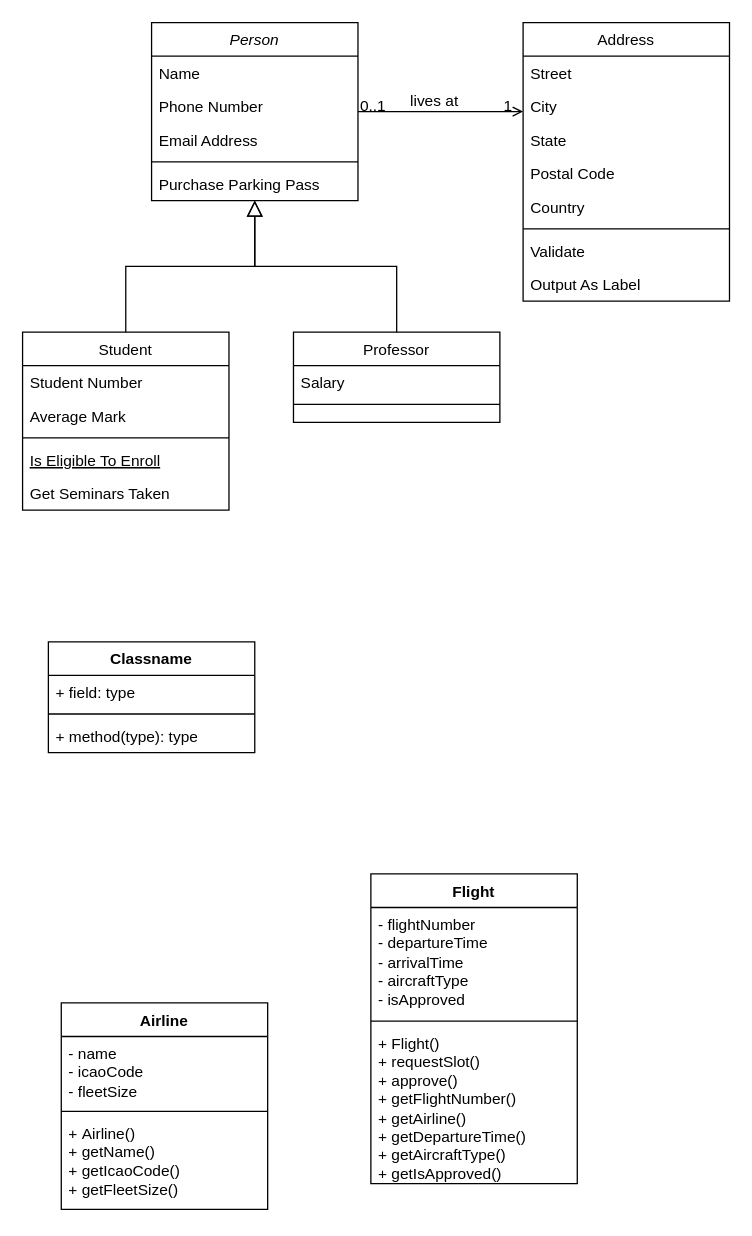
This is 52.drawio from 1kxri/OOP, a draw.io file, before an edit. Source tidied: cells renumbered, new cells numbered last; positions are measured from the earlier drawing's top-left corner, leaving out a move shared by most shapes. Both pictures are drawn from the tidied source at 129%, with x=0, y=0 at pixel (22, 22).
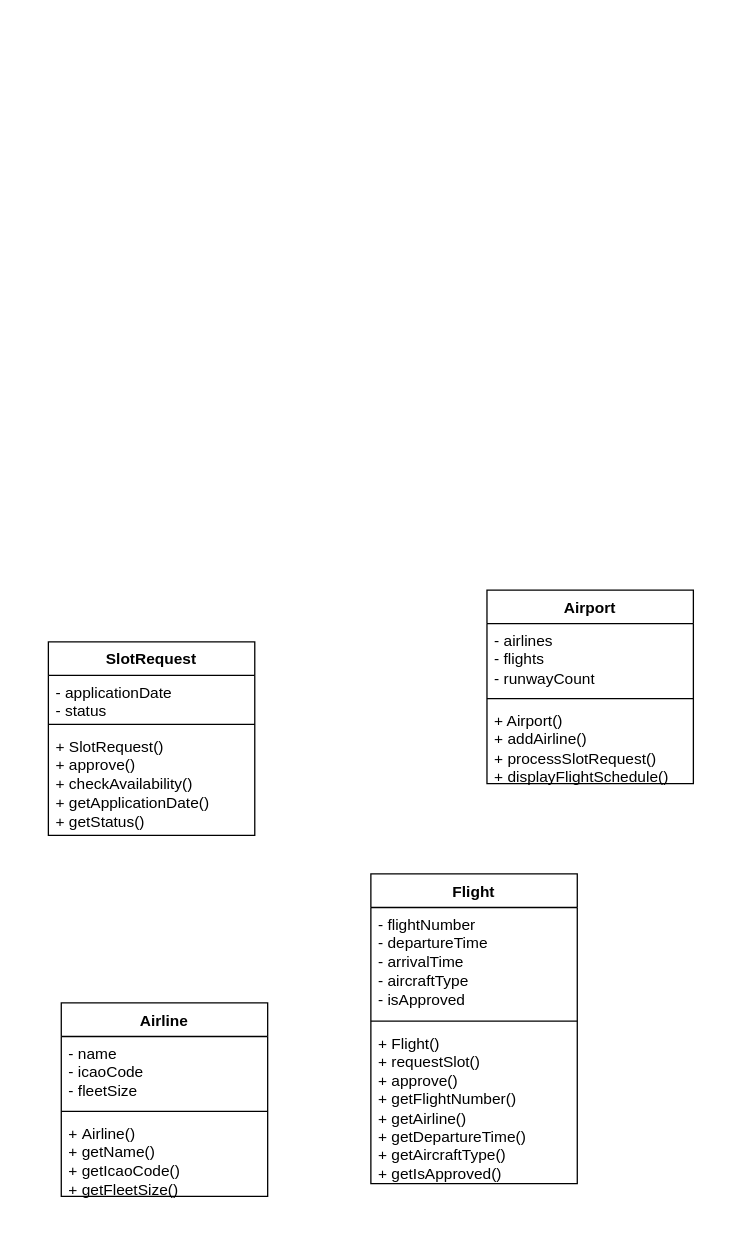
The same diagram, later.

The edit, as a diff of the source:
```diff
@@
-    <mxCell id="2" value="Person" style="swimlane;fontStyle=2;align=center;verticalAlign=top;horizontal=1;startSize=26;rounded=0;shadow=0;strokeWidth=1;" parent="1" vertex="1">
-      <mxGeometry x="100" width="160" height="138" as="geometry" />
-    </mxCell>
-    <mxCell id="3" value="Name" style="text;align=left;verticalAlign=top;spacingLeft=4;spacingRight=4;overflow=hidden;" parent="2" vertex="1">
-      <mxGeometry y="26" width="160" height="26" as="geometry" />
-    </mxCell>
-    <mxCell id="4" value="Phone Number" style="text;align=left;verticalAlign=top;spacingLeft=4;spacingRight=4;overflow=hidden;rounded=0;shadow=0;html=0;" parent="2" vertex="1">
-      <mxGeometry y="52" width="160" height="26" as="geometry" />
-    </mxCell>
-    <mxCell id="5" value="Email Address" style="text;align=left;verticalAlign=top;spacingLeft=4;spacingRight=4;overflow=hidden;rounded=0;shadow=0;html=0;" parent="2" vertex="1">
-      <mxGeometry y="78" width="160" height="26" as="geometry" />
-    </mxCell>
-    <mxCell id="6" style="line;html=1;strokeWidth=1;align=left;verticalAlign=middle;spacingTop=-1;spacingLeft=3;spacingRight=3;labelPosition=right;" parent="2" vertex="1">
-      <mxGeometry y="104" width="160" height="8" as="geometry" />
-    </mxCell>
-    <mxCell id="7" value="Purchase Parking Pass" style="text;align=left;verticalAlign=top;spacingLeft=4;spacingRight=4;overflow=hidden;" parent="2" vertex="1">
-      <mxGeometry y="112" width="160" height="26" as="geometry" />
-    </mxCell>
-    <mxCell id="8" value="Student" style="swimlane;fontStyle=0;align=center;verticalAlign=top;horizontal=1;startSize=26;rounded=0;shadow=0;strokeWidth=1;" parent="1" vertex="1">
-      <mxGeometry y="240" width="160" height="138" as="geometry" />
-    </mxCell>
-    <mxCell id="9" value="Student Number" style="text;align=left;verticalAlign=top;spacingLeft=4;spacingRight=4;overflow=hidden;" parent="8" vertex="1">
-      <mxGeometry y="26" width="160" height="26" as="geometry" />
-    </mxCell>
-    <mxCell id="10" value="Average Mark" style="text;align=left;verticalAlign=top;spacingLeft=4;spacingRight=4;overflow=hidden;rounded=0;shadow=0;html=0;" parent="8" vertex="1">
-      <mxGeometry y="52" width="160" height="26" as="geometry" />
-    </mxCell>
-    <mxCell id="11" style="line;html=1;strokeWidth=1;align=left;verticalAlign=middle;spacingTop=-1;spacingLeft=3;spacingRight=3;labelPosition=right;" parent="8" vertex="1">
-      <mxGeometry y="78" width="160" height="8" as="geometry" />
-    </mxCell>
-    <mxCell id="12" value="Is Eligible To Enroll" style="text;align=left;verticalAlign=top;spacingLeft=4;spacingRight=4;overflow=hidden;fontStyle=4;" parent="8" vertex="1">
-      <mxGeometry y="86" width="160" height="26" as="geometry" />
-    </mxCell>
-    <mxCell id="13" value="Get Seminars Taken" style="text;align=left;verticalAlign=top;spacingLeft=4;spacingRight=4;overflow=hidden;" parent="8" vertex="1">
-      <mxGeometry y="112" width="160" height="26" as="geometry" />
-    </mxCell>
-    <mxCell id="14" style="endArrow=block;endSize=10;endFill=0;shadow=0;strokeWidth=1;rounded=0;curved=0;edgeStyle=elbowEdgeStyle;elbow=vertical;" parent="1" edge="1" source="8" target="2">
-      <mxGeometry relative="1" as="geometry" />
-    </mxCell>
-    <mxCell id="15" value="Professor" style="swimlane;fontStyle=0;align=center;verticalAlign=top;horizontal=1;startSize=26;rounded=0;shadow=0;strokeWidth=1;" parent="1" vertex="1">
-      <mxGeometry x="210" y="240" width="160" height="70" as="geometry" />
-    </mxCell>
-    <mxCell id="16" value="Salary" style="text;align=left;verticalAlign=top;spacingLeft=4;spacingRight=4;overflow=hidden;" parent="15" vertex="1">
-      <mxGeometry y="26" width="160" height="26" as="geometry" />
-    </mxCell>
-    <mxCell id="17" style="line;html=1;strokeWidth=1;align=left;verticalAlign=middle;spacingTop=-1;spacingLeft=3;spacingRight=3;labelPosition=right;" parent="15" vertex="1">
-      <mxGeometry y="52" width="160" height="8" as="geometry" />
-    </mxCell>
-    <mxCell id="18" style="endArrow=block;endSize=10;endFill=0;shadow=0;strokeWidth=1;rounded=0;curved=0;edgeStyle=elbowEdgeStyle;elbow=vertical;" parent="1" edge="1" source="15" target="2">
-      <mxGeometry relative="1" as="geometry" />
-    </mxCell>
-    <mxCell id="19" value="Address" style="swimlane;fontStyle=0;align=center;verticalAlign=top;horizontal=1;startSize=26;rounded=0;shadow=0;strokeWidth=1;" parent="1" vertex="1">
-      <mxGeometry x="388" width="160" height="216" as="geometry" />
-    </mxCell>
-    <mxCell id="20" value="Street" style="text;align=left;verticalAlign=top;spacingLeft=4;spacingRight=4;overflow=hidden;" parent="19" vertex="1">
-      <mxGeometry y="26" width="160" height="26" as="geometry" />
-    </mxCell>
-    <mxCell id="21" value="City" style="text;align=left;verticalAlign=top;spacingLeft=4;spacingRight=4;overflow=hidden;rounded=0;shadow=0;html=0;" parent="19" vertex="1">
-      <mxGeometry y="52" width="160" height="26" as="geometry" />
-    </mxCell>
-    <mxCell id="22" value="State" style="text;align=left;verticalAlign=top;spacingLeft=4;spacingRight=4;overflow=hidden;rounded=0;shadow=0;html=0;" parent="19" vertex="1">
-      <mxGeometry y="78" width="160" height="26" as="geometry" />
-    </mxCell>
-    <mxCell id="23" value="Postal Code" style="text;align=left;verticalAlign=top;spacingLeft=4;spacingRight=4;overflow=hidden;rounded=0;shadow=0;html=0;" parent="19" vertex="1">
-      <mxGeometry y="104" width="160" height="26" as="geometry" />
-    </mxCell>
-    <mxCell id="24" value="Country" style="text;align=left;verticalAlign=top;spacingLeft=4;spacingRight=4;overflow=hidden;rounded=0;shadow=0;html=0;" parent="19" vertex="1">
-      <mxGeometry y="130" width="160" height="26" as="geometry" />
-    </mxCell>
-    <mxCell id="25" style="line;html=1;strokeWidth=1;align=left;verticalAlign=middle;spacingTop=-1;spacingLeft=3;spacingRight=3;labelPosition=right;" parent="19" vertex="1">
-      <mxGeometry y="156" width="160" height="8" as="geometry" />
-    </mxCell>
-    <mxCell id="26" value="Validate" style="text;align=left;verticalAlign=top;spacingLeft=4;spacingRight=4;overflow=hidden;" parent="19" vertex="1">
-      <mxGeometry y="164" width="160" height="26" as="geometry" />
-    </mxCell>
-    <mxCell id="27" value="Output As Label" style="text;align=left;verticalAlign=top;spacingLeft=4;spacingRight=4;overflow=hidden;" parent="19" vertex="1">
-      <mxGeometry y="190" width="160" height="26" as="geometry" />
-    </mxCell>
-    <mxCell id="28" style="endArrow=open;shadow=0;strokeWidth=1;rounded=0;curved=0;endFill=1;edgeStyle=elbowEdgeStyle;elbow=vertical;" parent="1" edge="1" source="2" target="19">
-      <mxGeometry x="0.5" y="41" relative="1" as="geometry">
-        <mxPoint x="-40" y="32" as="offset" />
-      </mxGeometry>
-    </mxCell>
-    <mxCell id="29" value="0..1" style="align=left;verticalAlign=bottom;labelBackgroundColor=none;fontSize=12;" parent="28" vertex="1">
-      <mxGeometry x="-1" relative="1" as="geometry">
-        <mxPoint y="4" as="offset" />
-      </mxGeometry>
-    </mxCell>
-    <mxCell id="30" value="1" style="align=right;verticalAlign=bottom;labelBackgroundColor=none;fontSize=12;" parent="28" vertex="1">
-      <mxGeometry x="1" relative="1" as="geometry">
-        <mxPoint x="-7" y="4" as="offset" />
-      </mxGeometry>
-    </mxCell>
-    <mxCell id="31" value="lives at" style="text;html=1;align=center;verticalAlign=middle;labelBackgroundColor=none;rounded=0;shadow=0;strokeWidth=1;fontSize=12;" parent="28" vertex="1">
-      <mxGeometry x="0.5" y="49" relative="1" as="geometry">
-        <mxPoint x="-38" y="40" as="offset" />
-      </mxGeometry>
-    </mxCell>
     <mxCell id="32" value="Airline" style="swimlane;fontStyle=1;align=center;verticalAlign=top;horizontal=1;startSize=26;whiteSpace=wrap;html=1;" parent="1" vertex="1">
-      <mxGeometry x="30" y="760" width="160" height="160" as="geometry" />
+      <mxGeometry x="30" y="760" width="160" height="150" as="geometry" />
     </mxCell>
@@
     <mxCell id="35" value="+&amp;nbsp;Airline()&lt;div&gt;+ getName()&lt;/div&gt;&lt;div&gt;+&amp;nbsp;getIcaoCode()&lt;/div&gt;&lt;div&gt;&lt;span style=&quot;background-color: transparent; color: light-dark(rgb(0, 0, 0), rgb(255, 255, 255));&quot;&gt;+ getFleetSize()&lt;/span&gt;&lt;/div&gt;" style="text;strokeColor=none;fillColor=none;align=left;verticalAlign=top;spacingLeft=4;spacingRight=4;overflow=hidden;whiteSpace=wrap;html=1;" parent="32" vertex="1">
-      <mxGeometry y="88" width="160" height="72" as="geometry" />
+      <mxGeometry y="88" width="160" height="62" as="geometry" />
     </mxCell>
@@
-    <mxCell id="40" value="Classname" style="swimlane;fontStyle=1;align=center;verticalAlign=top;horizontal=1;startSize=26;whiteSpace=wrap;html=1;" parent="1" vertex="1">
-      <mxGeometry x="20" y="480" width="160" height="86" as="geometry" />
+    <mxCell id="40" value="SlotRequest" style="swimlane;fontStyle=1;align=center;verticalAlign=top;horizontal=1;startSize=26;whiteSpace=wrap;html=1;" parent="1" vertex="1">
+      <mxGeometry x="20" y="480" width="160" height="150" as="geometry" />
     </mxCell>
-    <mxCell id="41" value="+ field: type" style="text;strokeColor=none;fillColor=none;align=left;verticalAlign=top;spacingLeft=4;spacingRight=4;overflow=hidden;whiteSpace=wrap;html=1;" parent="40" vertex="1">
-      <mxGeometry y="26" width="160" height="26" as="geometry" />
+    <mxCell id="41" value="-&amp;nbsp;applicationDate&lt;div&gt;-&amp;nbsp;status&lt;/div&gt;" style="text;strokeColor=none;fillColor=none;align=left;verticalAlign=top;spacingLeft=4;spacingRight=4;overflow=hidden;whiteSpace=wrap;html=1;" parent="40" vertex="1">
+      <mxGeometry y="26" width="160" height="34" as="geometry" />
     </mxCell>
     <mxCell id="42" style="line;strokeWidth=1;fillColor=none;align=left;verticalAlign=middle;spacingTop=-1;spacingLeft=3;spacingRight=3;labelPosition=right;strokeColor=inherit;" parent="40" vertex="1">
-      <mxGeometry y="52" width="160" height="8" as="geometry" />
+      <mxGeometry y="60" width="160" height="8" as="geometry" />
     </mxCell>
-    <mxCell id="43" value="+ method(type): type" style="text;strokeColor=none;fillColor=none;align=left;verticalAlign=top;spacingLeft=4;spacingRight=4;overflow=hidden;whiteSpace=wrap;html=1;" parent="40" vertex="1">
-      <mxGeometry y="60" width="160" height="26" as="geometry" />
+    <mxCell id="43" value="+ SlotRequest()&lt;div&gt;+&amp;nbsp;approve()&lt;/div&gt;&lt;div&gt;+&amp;nbsp;checkAvailability()&lt;/div&gt;&lt;div&gt;+&amp;nbsp;getApplicationDate()&lt;/div&gt;&lt;div&gt;+&amp;nbsp;getStatus()&lt;/div&gt;" style="text;strokeColor=none;fillColor=none;align=left;verticalAlign=top;spacingLeft=4;spacingRight=4;overflow=hidden;whiteSpace=wrap;html=1;" parent="40" vertex="1">
+      <mxGeometry y="68" width="160" height="82" as="geometry" />
     </mxCell>
+    <mxCell id="44" value="Airport" style="swimlane;fontStyle=1;align=center;verticalAlign=top;horizontal=1;startSize=26;whiteSpace=wrap;html=1;" parent="1" vertex="1">
+      <mxGeometry x="360" y="440" width="160" height="150" as="geometry" />
+    </mxCell>
+    <mxCell id="45" value="-&amp;nbsp;airlines&lt;div&gt;-&amp;nbsp;flights&lt;br&gt;-&amp;nbsp;runwayCount&lt;/div&gt;" style="text;strokeColor=none;fillColor=none;align=left;verticalAlign=top;spacingLeft=4;spacingRight=4;overflow=hidden;whiteSpace=wrap;html=1;" parent="44" vertex="1">
+      <mxGeometry y="26" width="160" height="54" as="geometry" />
+    </mxCell>
+    <mxCell id="46" style="line;strokeWidth=1;fillColor=none;align=left;verticalAlign=middle;spacingTop=-1;spacingLeft=3;spacingRight=3;labelPosition=right;strokeColor=inherit;" parent="44" vertex="1">
+      <mxGeometry y="80" width="160" height="8" as="geometry" />
+    </mxCell>
+    <mxCell id="47" value="+ Airport()&lt;br&gt;+&amp;nbsp;addAirline()&lt;div&gt;+&amp;nbsp;processSlotRequest()&lt;br&gt;+&amp;nbsp;displayFlightSchedule()&lt;/div&gt;" style="text;strokeColor=none;fillColor=none;align=left;verticalAlign=top;spacingLeft=4;spacingRight=4;overflow=hidden;whiteSpace=wrap;html=1;" parent="44" vertex="1">
+      <mxGeometry y="88" width="160" height="62" as="geometry" />
+    </mxCell>
```
